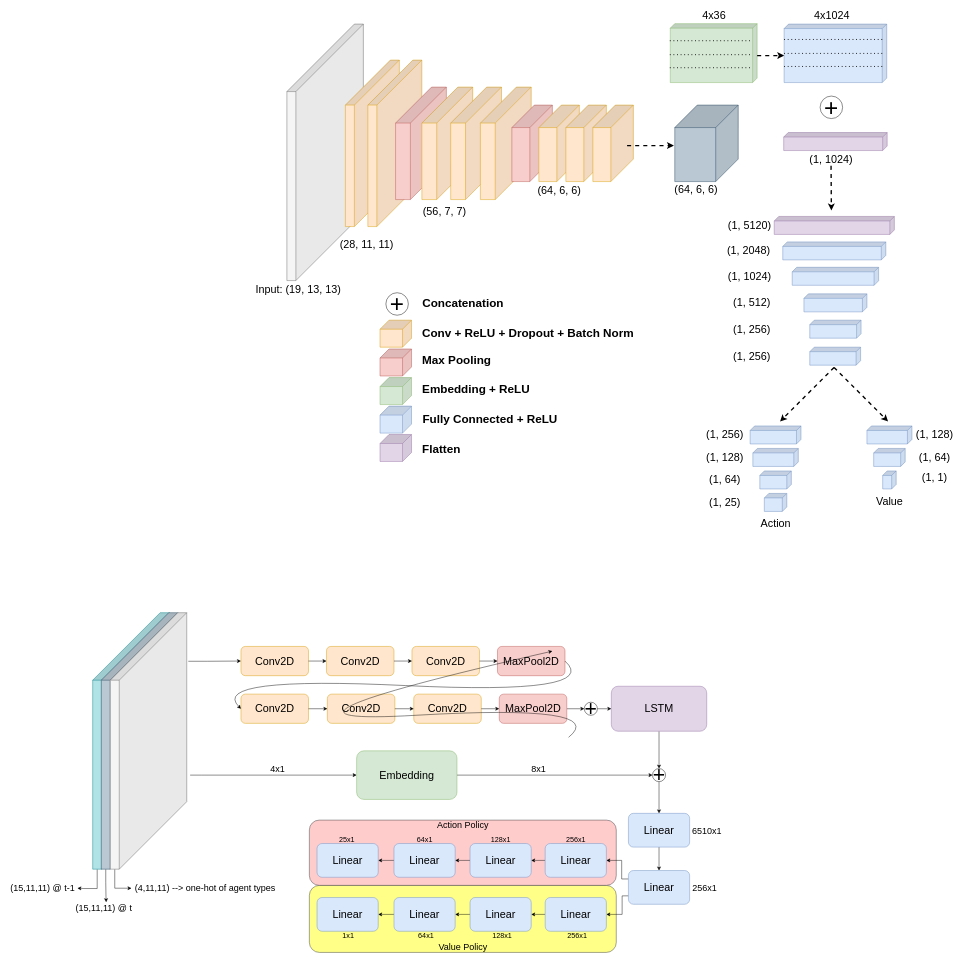
Above: assets/images/cnn_emb_lstm.drawio in FilipinoGambino/FilipinoGambino.github.io (draw.io), before the change. Source tidied: cells renumbered, new cells numbered last; positions are measured from the earlier drawing's top-left corner, leaving out a move shared by most shapes. Both pictures are drawn from the tidied source at 45%, with x=0, y=0 at pixel (8, 8).
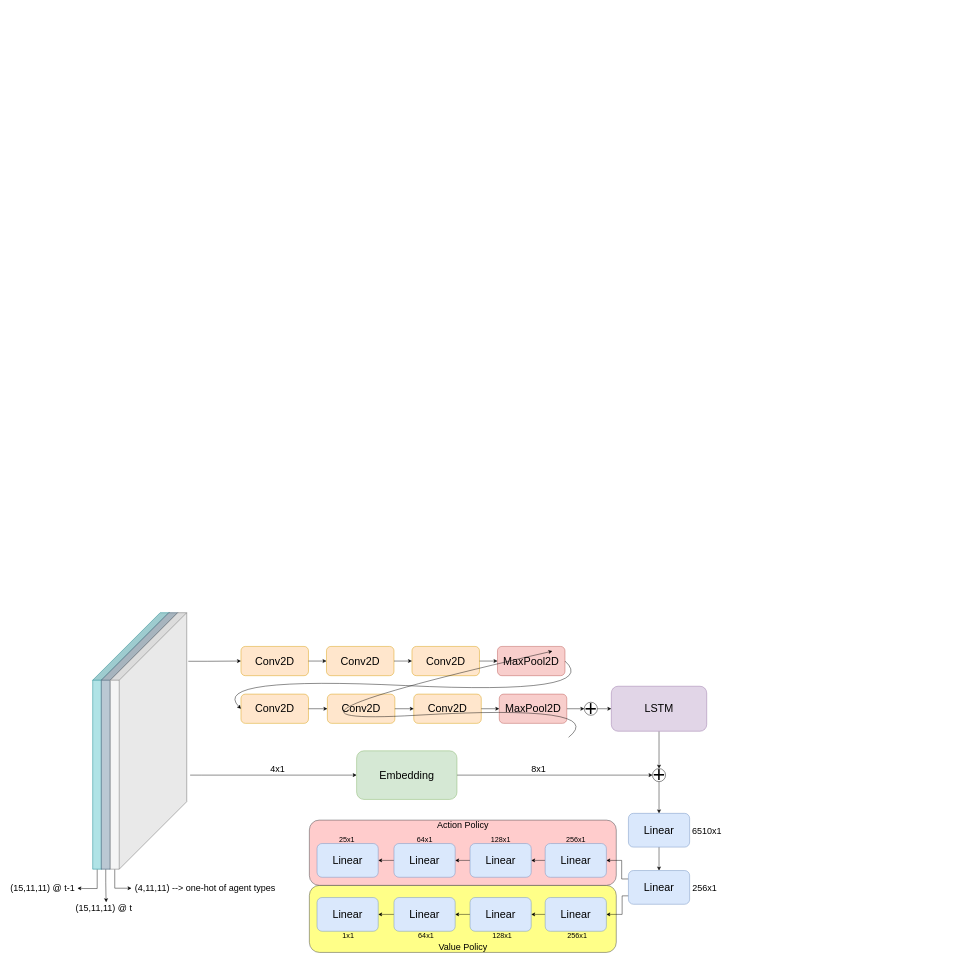
The same page after the edit.

Diff of the diagram source:
```diff
@@
-    <mxCell id="4" style="shape=cube;whiteSpace=wrap;html=1;boundedLbl=1;backgroundOutline=1;darkOpacity=0.05;darkOpacity2=0.1;direction=south;size=150;fillColor=#f5f5f5;fontColor=#333333;strokeColor=#666666;" parent="1" vertex="1">
-      <mxGeometry x="620" y="36" width="170" height="570" as="geometry" />
-    </mxCell>
-    <mxCell id="5" style="shape=cube;whiteSpace=wrap;html=1;boundedLbl=1;backgroundOutline=1;darkOpacity=0.05;darkOpacity2=0.1;direction=south;size=10;fillColor=#d5e8d4;strokeColor=#82b366;" parent="1" vertex="1">
-      <mxGeometry x="1472" y="35" width="193" height="131" as="geometry" />
-    </mxCell>
-    <mxCell id="6" value="4x36" style="text;html=1;align=center;verticalAlign=middle;strokeColor=none;fillColor=none;fontSize=24;" parent="1" vertex="1">
-      <mxGeometry x="1537.5" y="1" width="62" height="33" as="geometry" />
-    </mxCell>
-    <mxCell id="7" value="(28, 11, 11)" style="text;html=1;align=center;verticalAlign=middle;strokeColor=none;fillColor=none;fontSize=24;" parent="1" vertex="1">
-      <mxGeometry x="732.5" y="510" width="129" height="33" as="geometry" />
-    </mxCell>
-    <mxCell id="8" value="(56, 7, 7)" style="text;html=1;align=center;verticalAlign=middle;strokeColor=none;fillColor=none;fontSize=24;" parent="1" vertex="1">
-      <mxGeometry x="917" y="435" width="106" height="33" as="geometry" />
-    </mxCell>
-    <mxCell id="9" value="(64, 6, 6)" style="text;html=1;align=center;verticalAlign=middle;strokeColor=none;fillColor=none;fontSize=24;" parent="1" vertex="1">
-      <mxGeometry x="1172" y="390" width="106" height="33" as="geometry" />
-    </mxCell>
-    <mxCell id="10" style="shape=cube;whiteSpace=wrap;html=1;boundedLbl=1;backgroundOutline=1;darkOpacity=0.05;darkOpacity2=0.1;direction=south;size=100;fillColor=#ffe6cc;strokeColor=#d79b00;" parent="1" vertex="1">
-      <mxGeometry x="750" y="116" width="120" height="370" as="geometry" />
-    </mxCell>
-    <mxCell id="11" style="shape=cube;whiteSpace=wrap;html=1;boundedLbl=1;backgroundOutline=1;darkOpacity=0.05;darkOpacity2=0.1;direction=south;size=100;fillColor=#ffe6cc;strokeColor=#d79b00;" parent="1" vertex="1">
-      <mxGeometry x="800" y="116" width="120" height="370" as="geometry" />
-    </mxCell>
-    <mxCell id="12" style="shape=cube;whiteSpace=wrap;html=1;boundedLbl=1;backgroundOutline=1;darkOpacity=0.05;darkOpacity2=0.1;direction=south;size=80;fillColor=#f8cecc;strokeColor=#b85450;" parent="1" vertex="1">
-      <mxGeometry x="861.5" y="176" width="113" height="250" as="geometry" />
-    </mxCell>
-    <mxCell id="13" style="shape=cube;whiteSpace=wrap;html=1;boundedLbl=1;backgroundOutline=1;darkOpacity=0.05;darkOpacity2=0.1;direction=south;size=80;fillColor=#ffe6cc;strokeColor=#d79b00;" parent="1" vertex="1">
-      <mxGeometry x="920" y="176" width="113" height="250" as="geometry" />
-    </mxCell>
-    <mxCell id="14" style="shape=cube;whiteSpace=wrap;html=1;boundedLbl=1;backgroundOutline=1;darkOpacity=0.05;darkOpacity2=0.1;direction=south;size=80;fillColor=#ffe6cc;strokeColor=#d79b00;" parent="1" vertex="1">
-      <mxGeometry x="984" y="176" width="113" height="250" as="geometry" />
-    </mxCell>
-    <mxCell id="15" style="shape=cube;whiteSpace=wrap;html=1;boundedLbl=1;backgroundOutline=1;darkOpacity=0.05;darkOpacity2=0.1;direction=south;size=80;fillColor=#ffe6cc;strokeColor=#d79b00;" parent="1" vertex="1">
-      <mxGeometry x="1050" y="176" width="113" height="250" as="geometry" />
-    </mxCell>
-    <mxCell id="16" style="shape=cube;whiteSpace=wrap;html=1;boundedLbl=1;backgroundOutline=1;darkOpacity=0.05;darkOpacity2=0.1;direction=south;size=50;fillColor=#f8cecc;strokeColor=#b85450;" parent="1" vertex="1">
-      <mxGeometry x="1120" y="216" width="90" height="170" as="geometry" />
-    </mxCell>
-    <mxCell id="17" style="shape=cube;whiteSpace=wrap;html=1;boundedLbl=1;backgroundOutline=1;darkOpacity=0.05;darkOpacity2=0.1;direction=south;size=50;fillColor=#ffe6cc;strokeColor=#d79b00;" parent="1" vertex="1">
-      <mxGeometry x="1180" y="216" width="90" height="170" as="geometry" />
-    </mxCell>
-    <mxCell id="18" style="shape=cube;whiteSpace=wrap;html=1;boundedLbl=1;backgroundOutline=1;darkOpacity=0.05;darkOpacity2=0.1;direction=south;size=50;fillColor=#ffe6cc;strokeColor=#d79b00;" parent="1" vertex="1">
-      <mxGeometry x="1240" y="216" width="90" height="170" as="geometry" />
-    </mxCell>
-    <mxCell id="19" style="shape=cube;whiteSpace=wrap;html=1;boundedLbl=1;backgroundOutline=1;darkOpacity=0.05;darkOpacity2=0.1;direction=south;size=50;fillColor=#ffe6cc;strokeColor=#d79b00;" parent="1" vertex="1">
-      <mxGeometry x="1300" y="216" width="90" height="170" as="geometry" />
-    </mxCell>
-    <mxCell id="20" style="shape=cube;whiteSpace=wrap;html=1;boundedLbl=1;backgroundOutline=1;darkOpacity=0.05;darkOpacity2=0.1;direction=south;size=10;fillColor=#e1d5e7;strokeColor=#9673a6;" parent="1" vertex="1">
-      <mxGeometry x="1724" y="277" width="230" height="40" as="geometry" />
-    </mxCell>
-    <mxCell id="21" value="(1, 1024)" style="text;html=1;align=center;verticalAlign=middle;strokeColor=none;fillColor=none;fontSize=24;" parent="1" vertex="1">
-      <mxGeometry x="1776" y="320" width="106" height="33" as="geometry" />
-    </mxCell>
-    <mxCell id="22" style="shape=cube;whiteSpace=wrap;html=1;boundedLbl=1;backgroundOutline=1;darkOpacity=0.05;darkOpacity2=0.1;direction=south;size=10;fillColor=#dae8fc;strokeColor=#6c8ebf;" parent="1" vertex="1">
-      <mxGeometry x="1725" y="36" width="228" height="130" as="geometry" />
-    </mxCell>
-    <mxCell id="23" value="4x1024" style="text;html=1;align=center;verticalAlign=middle;strokeColor=none;fillColor=none;fontSize=24;" parent="1" vertex="1">
-      <mxGeometry x="1786" width="89" height="33" as="geometry" />
-    </mxCell>
-    <mxCell id="24" style="endArrow=classic;html=1;rounded=0;strokeWidth=3;dashed=1;" parent="1" edge="1">
-      <mxGeometry relative="1" as="geometry">
-        <mxPoint x="1829.3" y="351" as="sourcePoint" />
-        <mxPoint x="1830" y="450" as="targetPoint" />
-      </mxGeometry>
-    </mxCell>
-    <mxCell id="25" value="&lt;font style=&quot;font-size: 54px;&quot;&gt;+&lt;/font&gt;" style="ellipse;whiteSpace=wrap;html=1;" parent="1" vertex="1">
-      <mxGeometry x="1805" y="196" width="50" height="50" as="geometry" />
-    </mxCell>
-    <mxCell id="26" value="&lt;font style=&quot;font-size: 24px;&quot;&gt;Input: (19, 13, 13)&lt;/font&gt;" style="text;html=1;align=center;verticalAlign=middle;strokeColor=none;fillColor=none;fontSize=24;" parent="1" vertex="1">
-      <mxGeometry x="545" y="611" width="200" height="30" as="geometry" />
-    </mxCell>
-    <mxCell id="27" style="shape=cube;whiteSpace=wrap;html=1;boundedLbl=1;backgroundOutline=1;darkOpacity=0.05;darkOpacity2=0.1;direction=south;size=10;fillColor=#e1d5e7;strokeColor=#9673a6;" parent="1" vertex="1">
-      <mxGeometry x="1703" y="463.5" width="267" height="40" as="geometry" />
-    </mxCell>
-    <mxCell id="28" value="(1, 5120)" style="text;html=1;align=center;verticalAlign=middle;strokeColor=none;fillColor=none;fontSize=24;" parent="1" vertex="1">
-      <mxGeometry x="1595" y="467" width="106" height="33" as="geometry" />
-    </mxCell>
-    <mxCell id="29" style="shape=cube;whiteSpace=wrap;html=1;boundedLbl=1;backgroundOutline=1;darkOpacity=0.05;darkOpacity2=0.1;direction=south;size=10;fillColor=#dae8fc;strokeColor=#6c8ebf;" parent="1" vertex="1">
-      <mxGeometry x="1743" y="576.5" width="192" height="40" as="geometry" />
-    </mxCell>
-    <mxCell id="30" value="(1, 1024)" style="text;html=1;align=center;verticalAlign=middle;strokeColor=none;fillColor=none;fontSize=24;" parent="1" vertex="1">
-      <mxGeometry x="1595" y="580" width="106" height="33" as="geometry" />
-    </mxCell>
-    <mxCell id="31" style="shape=cube;whiteSpace=wrap;html=1;boundedLbl=1;backgroundOutline=1;darkOpacity=0.05;darkOpacity2=0.1;direction=south;size=10;fillColor=#dae8fc;strokeColor=#6c8ebf;" parent="1" vertex="1">
-      <mxGeometry x="1782" y="694" width="114" height="40" as="geometry" />
-    </mxCell>
-    <mxCell id="32" value="(1, 256)" style="text;html=1;align=center;verticalAlign=middle;strokeColor=none;fillColor=none;fontSize=24;" parent="1" vertex="1">
-      <mxGeometry x="1603" y="699" width="100" height="30" as="geometry" />
-    </mxCell>
-    <mxCell id="33" style="endArrow=classic;html=1;rounded=0;strokeWidth=3;dashed=1;" parent="1" edge="1">
-      <mxGeometry relative="1" as="geometry">
-        <mxPoint x="1665" y="106" as="sourcePoint" />
-        <mxPoint x="1725" y="106" as="targetPoint" />
-      </mxGeometry>
-    </mxCell>
-    <mxCell id="34" style="shape=cube;whiteSpace=wrap;html=1;boundedLbl=1;backgroundOutline=1;darkOpacity=0.05;darkOpacity2=0.1;direction=south;size=10;fillColor=#dae8fc;strokeColor=#6c8ebf;" parent="1" vertex="1">
-      <mxGeometry x="1782" y="754" width="113" height="40" as="geometry" />
-    </mxCell>
-    <mxCell id="35" value="(1, 256)" style="text;html=1;align=center;verticalAlign=middle;strokeColor=none;fillColor=none;fontSize=24;" parent="1" vertex="1">
-      <mxGeometry x="1603" y="759" width="100" height="30" as="geometry" />
-    </mxCell>
-    <mxCell id="36" style="endArrow=classic;html=1;rounded=0;strokeWidth=3;dashed=1;" parent="1" edge="1">
-      <mxGeometry relative="1" as="geometry">
-        <mxPoint x="1836" y="799" as="sourcePoint" />
-        <mxPoint x="1716" y="919" as="targetPoint" />
-      </mxGeometry>
-    </mxCell>
-    <mxCell id="37" style="endArrow=classic;html=1;rounded=0;strokeWidth=3;dashed=1;" parent="1" edge="1">
-      <mxGeometry relative="1" as="geometry">
-        <mxPoint x="1836" y="799" as="sourcePoint" />
-        <mxPoint x="1956" y="919" as="targetPoint" />
-      </mxGeometry>
-    </mxCell>
-    <mxCell id="38" style="shape=cube;whiteSpace=wrap;html=1;boundedLbl=1;backgroundOutline=1;darkOpacity=0.05;darkOpacity2=0.1;direction=south;size=10;fillColor=#dae8fc;strokeColor=#6c8ebf;" parent="1" vertex="1">
-      <mxGeometry x="1909" y="929" width="100" height="40" as="geometry" />
-    </mxCell>
-    <mxCell id="39" style="shape=cube;whiteSpace=wrap;html=1;boundedLbl=1;backgroundOutline=1;darkOpacity=0.05;darkOpacity2=0.1;direction=south;size=10;fillColor=#dae8fc;strokeColor=#6c8ebf;" parent="1" vertex="1">
-      <mxGeometry x="1655.5" y="979" width="101" height="40" as="geometry" />
-    </mxCell>
-    <mxCell id="40" style="shape=cube;whiteSpace=wrap;html=1;boundedLbl=1;backgroundOutline=1;darkOpacity=0.05;darkOpacity2=0.1;direction=south;size=10;fillColor=#dae8fc;strokeColor=#6c8ebf;" parent="1" vertex="1">
-      <mxGeometry x="1924" y="979" width="70" height="40" as="geometry" />
-    </mxCell>
-    <mxCell id="41" style="shape=cube;whiteSpace=wrap;html=1;boundedLbl=1;backgroundOutline=1;darkOpacity=0.05;darkOpacity2=0.1;direction=south;size=10;fillColor=#dae8fc;strokeColor=#6c8ebf;" parent="1" vertex="1">
-      <mxGeometry x="1671" y="1029" width="70" height="40" as="geometry" />
-    </mxCell>
-    <mxCell id="42" value="(1, 256)" style="text;html=1;align=center;verticalAlign=middle;strokeColor=none;fillColor=none;fontSize=24;" parent="1" vertex="1">
-      <mxGeometry x="1543" y="934" width="100" height="30" as="geometry" />
-    </mxCell>
-    <mxCell id="43" value="(1, 128)" style="text;html=1;align=center;verticalAlign=middle;strokeColor=none;fillColor=none;fontSize=24;" parent="1" vertex="1">
-      <mxGeometry x="1543" y="984" width="100" height="30" as="geometry" />
-    </mxCell>
-    <mxCell id="44" value="(1, 64)" style="text;html=1;align=center;verticalAlign=middle;strokeColor=none;fillColor=none;fontSize=24;" parent="1" vertex="1">
-      <mxGeometry x="1553" y="1034" width="80" height="30" as="geometry" />
-    </mxCell>
-    <mxCell id="45" value="(1, 128)" style="text;html=1;align=center;verticalAlign=middle;strokeColor=none;fillColor=none;fontSize=24;" parent="1" vertex="1">
-      <mxGeometry x="2009" y="934" width="100" height="30" as="geometry" />
-    </mxCell>
-    <mxCell id="46" value="(1, 64)" style="text;html=1;align=center;verticalAlign=middle;strokeColor=none;fillColor=none;fontSize=24;" parent="1" vertex="1">
-      <mxGeometry x="2019" y="984" width="80" height="30" as="geometry" />
-    </mxCell>
-    <mxCell id="47" style="shape=cube;whiteSpace=wrap;html=1;boundedLbl=1;backgroundOutline=1;darkOpacity=0.05;darkOpacity2=0.1;direction=south;size=10;fillColor=#dae8fc;strokeColor=#6c8ebf;" parent="1" vertex="1">
-      <mxGeometry x="1944" y="1029" width="30" height="40" as="geometry" />
-    </mxCell>
-    <mxCell id="48" style="shape=cube;whiteSpace=wrap;html=1;boundedLbl=1;backgroundOutline=1;darkOpacity=0.05;darkOpacity2=0.1;direction=south;size=10;fillColor=#dae8fc;strokeColor=#6c8ebf;" parent="1" vertex="1">
-      <mxGeometry x="1681" y="1079" width="50" height="40" as="geometry" />
-    </mxCell>
-    <mxCell id="49" value="(1, 25)" style="text;html=1;align=center;verticalAlign=middle;strokeColor=none;fillColor=none;fontSize=24;" parent="1" vertex="1">
-      <mxGeometry x="1553" y="1084" width="80" height="30" as="geometry" />
-    </mxCell>
-    <mxCell id="50" value="(1, 1)" style="text;html=1;align=center;verticalAlign=middle;strokeColor=none;fillColor=none;fontSize=24;" parent="1" vertex="1">
-      <mxGeometry x="2024" y="1029" width="70" height="30" as="geometry" />
-    </mxCell>
-    <mxCell id="51" value="Action" style="text;html=1;align=center;verticalAlign=middle;strokeColor=none;fillColor=none;fontSize=24;" parent="1" vertex="1">
-      <mxGeometry x="1667.5" y="1129" width="77" height="33" as="geometry" />
-    </mxCell>
-    <mxCell id="52" value="Value" style="text;html=1;align=center;verticalAlign=middle;strokeColor=none;fillColor=none;fontSize=24;" parent="1" vertex="1">
-      <mxGeometry x="1924" y="1081" width="70" height="33" as="geometry" />
-    </mxCell>
-    <mxCell id="53" style="shape=cube;whiteSpace=wrap;html=1;boundedLbl=1;backgroundOutline=1;darkOpacity=0.05;darkOpacity2=0.1;direction=south;size=20;fillColor=#ffe6cc;strokeColor=#d79b00;" parent="1" vertex="1">
-      <mxGeometry x="827" y="694" width="70" height="60" as="geometry" />
-    </mxCell>
-    <mxCell id="54" style="shape=cube;whiteSpace=wrap;html=1;boundedLbl=1;backgroundOutline=1;darkOpacity=0.05;darkOpacity2=0.1;direction=south;size=20;fillColor=#f8cecc;strokeColor=#b85450;" parent="1" vertex="1">
-      <mxGeometry x="827" y="758" width="70" height="60" as="geometry" />
-    </mxCell>
-    <mxCell id="55" style="shape=cube;whiteSpace=wrap;html=1;boundedLbl=1;backgroundOutline=1;darkOpacity=0.05;darkOpacity2=0.1;direction=south;size=20;fillColor=#d5e8d4;strokeColor=#82b366;" parent="1" vertex="1">
-      <mxGeometry x="827" y="821.5" width="70" height="60" as="geometry" />
-    </mxCell>
-    <mxCell id="56" style="shape=cube;whiteSpace=wrap;html=1;boundedLbl=1;backgroundOutline=1;darkOpacity=0.05;darkOpacity2=0.1;direction=south;size=20;fillColor=#dae8fc;strokeColor=#6c8ebf;" parent="1" vertex="1">
-      <mxGeometry x="827" y="885" width="70" height="60" as="geometry" />
-    </mxCell>
-    <mxCell id="57" style="shape=cube;whiteSpace=wrap;html=1;boundedLbl=1;backgroundOutline=1;darkOpacity=0.05;darkOpacity2=0.1;direction=south;size=20;fillColor=#e1d5e7;strokeColor=#9673a6;" parent="1" vertex="1">
-      <mxGeometry x="827" y="948" width="70" height="60" as="geometry" />
-    </mxCell>
-    <mxCell id="58" value="&lt;b&gt;&lt;font style=&quot;font-size: 26px;&quot;&gt;Conv + ReLU + Dropout + Batch Norm&amp;nbsp;&lt;/font&gt;&lt;/b&gt;" style="text;html=1;align=center;verticalAlign=middle;strokeColor=none;fillColor=none;fontSize=24;" parent="1" vertex="1">
-      <mxGeometry x="915" y="707.5" width="487" height="33" as="geometry" />
-    </mxCell>
-    <mxCell id="59" value="&lt;b&gt;Max Pooling&lt;/b&gt;" style="text;html=1;align=center;verticalAlign=middle;strokeColor=none;fillColor=none;fontSize=26;" parent="1" vertex="1">
-      <mxGeometry x="915.5" y="764" width="163" height="35" as="geometry" />
-    </mxCell>
-    <mxCell id="60" value="Embedding + ReLU" style="text;html=1;align=center;verticalAlign=middle;strokeColor=none;fillColor=none;fontSize=26;fontStyle=1;" parent="1" vertex="1">
-      <mxGeometry x="915" y="830" width="249" height="35" as="geometry" />
-    </mxCell>
-    <mxCell id="61" value="Fully Connected + ReLU" style="text;html=1;align=center;verticalAlign=middle;strokeColor=none;fillColor=none;fontSize=26;fontStyle=1;" parent="1" vertex="1">
-      <mxGeometry x="915.5" y="896.2" width="310" height="35" as="geometry" />
-    </mxCell>
-    <mxCell id="62" value="Flatten" style="text;html=1;align=center;verticalAlign=middle;strokeColor=none;fillColor=none;fontSize=26;fontStyle=1;" parent="1" vertex="1">
-      <mxGeometry x="915.5" y="962" width="95" height="35" as="geometry" />
-    </mxCell>
-    <mxCell id="63" value="&lt;font style=&quot;font-size: 54px;&quot;&gt;+&lt;/font&gt;" style="ellipse;whiteSpace=wrap;html=1;" parent="1" vertex="1">
-      <mxGeometry x="840" y="633" width="50" height="50" as="geometry" />
-    </mxCell>
-    <mxCell id="64" value="Concatenation" style="text;html=1;align=center;verticalAlign=middle;strokeColor=none;fillColor=none;fontSize=26;fontStyle=1;" parent="1" vertex="1">
-      <mxGeometry x="915.5" y="638" width="191" height="35" as="geometry" />
-    </mxCell>
-    <mxCell id="65" style="endArrow=none;dashed=1;html=1;dashPattern=1 3;strokeWidth=2;rounded=0;fontSize=26;" parent="1" edge="1">
-      <mxGeometry relative="1" as="geometry">
-        <mxPoint x="1471" y="104" as="sourcePoint" />
-        <mxPoint x="1653" y="104" as="targetPoint" />
-      </mxGeometry>
-    </mxCell>
-    <mxCell id="66" style="endArrow=none;dashed=1;html=1;dashPattern=1 3;strokeWidth=2;rounded=0;fontSize=26;" parent="1" edge="1">
-      <mxGeometry relative="1" as="geometry">
-        <mxPoint x="1471" y="133" as="sourcePoint" />
-        <mxPoint x="1652" y="133" as="targetPoint" />
-      </mxGeometry>
-    </mxCell>
-    <mxCell id="67" style="endArrow=none;dashed=1;html=1;dashPattern=1 3;strokeWidth=2;rounded=0;fontSize=26;" parent="1" edge="1">
-      <mxGeometry relative="1" as="geometry">
-        <mxPoint x="1471" y="73" as="sourcePoint" />
-        <mxPoint x="1653" y="73" as="targetPoint" />
-      </mxGeometry>
-    </mxCell>
-    <mxCell id="68" style="endArrow=none;dashed=1;html=1;dashPattern=1 3;strokeWidth=2;rounded=0;fontSize=26;entryX=0.229;entryY=0.043;entryDx=0;entryDy=0;entryPerimeter=0;exitX=0.229;exitY=1.007;exitDx=0;exitDy=0;exitPerimeter=0;" parent="1" edge="1">
-      <mxGeometry relative="1" as="geometry">
-        <mxPoint x="1725" y="101.2" as="sourcePoint" />
-        <mxPoint x="1946.7" y="101.2" as="targetPoint" />
-      </mxGeometry>
-    </mxCell>
-    <mxCell id="69" style="endArrow=none;dashed=1;html=1;dashPattern=1 3;strokeWidth=2;rounded=0;fontSize=26;entryX=0.229;entryY=0.043;entryDx=0;entryDy=0;entryPerimeter=0;exitX=0.229;exitY=1.007;exitDx=0;exitDy=0;exitPerimeter=0;" parent="1" edge="1">
-      <mxGeometry relative="1" as="geometry">
-        <mxPoint x="1725" y="130.2" as="sourcePoint" />
-        <mxPoint x="1946.7" y="130.2" as="targetPoint" />
-      </mxGeometry>
-    </mxCell>
-    <mxCell id="70" style="endArrow=none;dashed=1;html=1;dashPattern=1 3;strokeWidth=2;rounded=0;fontSize=26;entryX=0.229;entryY=0.043;entryDx=0;entryDy=0;entryPerimeter=0;exitX=0.229;exitY=1.007;exitDx=0;exitDy=0;exitPerimeter=0;" parent="1" edge="1">
-      <mxGeometry relative="1" as="geometry">
-        <mxPoint x="1725" y="70.2" as="sourcePoint" />
-        <mxPoint x="1946.7" y="70.2" as="targetPoint" />
-      </mxGeometry>
-    </mxCell>
-    <mxCell id="71" style="shape=cube;whiteSpace=wrap;html=1;boundedLbl=1;backgroundOutline=1;darkOpacity=0.05;darkOpacity2=0.1;direction=south;size=10;fillColor=#dae8fc;strokeColor=#6c8ebf;" parent="1" vertex="1">
-      <mxGeometry x="1722" y="520" width="229" height="40" as="geometry" />
-    </mxCell>
-    <mxCell id="72" value="(1, 2048)" style="text;html=1;align=center;verticalAlign=middle;strokeColor=none;fillColor=none;fontSize=24;" parent="1" vertex="1">
-      <mxGeometry x="1593" y="523.5" width="106" height="33" as="geometry" />
-    </mxCell>
-    <mxCell id="73" style="shape=cube;whiteSpace=wrap;html=1;boundedLbl=1;backgroundOutline=1;darkOpacity=0.05;darkOpacity2=0.1;direction=south;size=10;fillColor=#dae8fc;strokeColor=#6c8ebf;" parent="1" vertex="1">
-      <mxGeometry x="1769" y="635.5" width="140" height="40" as="geometry" />
-    </mxCell>
-    <mxCell id="74" value="(1, 512)" style="text;html=1;align=center;verticalAlign=middle;strokeColor=none;fillColor=none;fontSize=24;" parent="1" vertex="1">
-      <mxGeometry x="1606" y="639" width="93" height="33" as="geometry" />
-    </mxCell>
-    <mxCell id="75" style="shape=cube;whiteSpace=wrap;html=1;boundedLbl=1;backgroundOutline=1;darkOpacity=0.05;darkOpacity2=0.1;direction=south;size=10;fillColor=#dae8fc;strokeColor=#6c8ebf;" parent="1" vertex="1">
-      <mxGeometry x="1649.5" y="929" width="113" height="40" as="geometry" />
-    </mxCell>
-    <mxCell id="76" style="shape=cube;whiteSpace=wrap;html=1;boundedLbl=1;backgroundOutline=1;darkOpacity=0.05;darkOpacity2=0.1;direction=south;size=50;fillColor=#bac8d3;strokeColor=#23445d;" parent="1" vertex="1">
-      <mxGeometry x="1482" y="216" width="141" height="170" as="geometry" />
-    </mxCell>
-    <mxCell id="77" style="endArrow=classic;html=1;rounded=0;strokeWidth=3;dashed=1;" parent="1" edge="1">
-      <mxGeometry relative="1" as="geometry">
-        <mxPoint x="1376" y="306" as="sourcePoint" />
-        <mxPoint x="1480" y="306" as="targetPoint" />
-      </mxGeometry>
-    </mxCell>
-    <mxCell id="78" value="&lt;font style=&quot;font-size: 24px;&quot;&gt;(64, 6, 6)&lt;/font&gt;" style="text;html=1;align=center;verticalAlign=middle;strokeColor=none;fillColor=none;" parent="1" vertex="1">
-      <mxGeometry x="1476" y="393" width="106" height="22" as="geometry" />
-    </mxCell>
```
